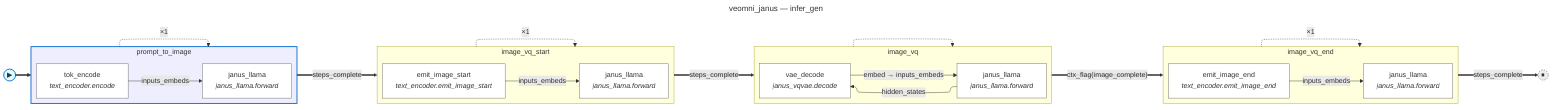
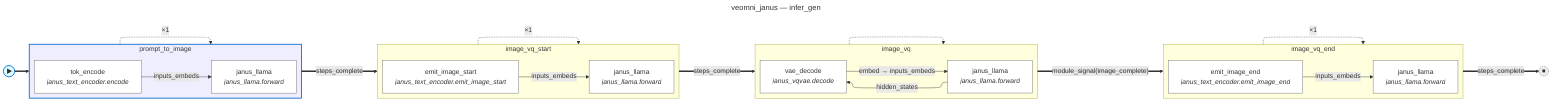
---
title: veomni_janus — infer_gen
---
%%{init: {'flowchart': {'defaultRenderer': 'elk'}}}%%
flowchart LR
    fsm_start(("▶")):::fsm_start
    fsm_done(("⏹")):::fsm_terminal
    subgraph state_prompt_to_image [prompt_to_image]
        direction LR
-         prompt_to_image__tok_encode["tok_encode<br/><i>text_encoder.encode</i>"]:::body_node
+         prompt_to_image__tok_encode["tok_encode<br/><i>janus_text_encoder.encode</i>"]:::body_node
        prompt_to_image__janus_llama["janus_llama<br/><i>janus_llama.forward</i>"]:::body_node
        prompt_to_image__tok_encode -->|"inputs_embeds"| prompt_to_image__janus_llama
    end
    subgraph state_image_vq_start [image_vq_start]
        direction LR
-         image_vq_start__emit_image_start["emit_image_start<br/><i>text_encoder.emit_image_start</i>"]:::body_node
+         image_vq_start__emit_image_start["emit_image_start<br/><i>janus_text_encoder.emit_image_start</i>"]:::body_node
        image_vq_start__janus_llama["janus_llama<br/><i>janus_llama.forward</i>"]:::body_node
        image_vq_start__emit_image_start -->|"inputs_embeds"| image_vq_start__janus_llama
    end
    subgraph state_image_vq [image_vq]
        direction LR
        image_vq__janus_llama["janus_llama<br/><i>janus_llama.forward</i>"]:::body_node
        image_vq__vae_decode["vae_decode<br/><i>janus_vqvae.decode</i>"]:::body_node
        image_vq__janus_llama -->|"hidden_states"| image_vq__vae_decode
        image_vq__vae_decode -->|"embed → inputs_embeds"| image_vq__janus_llama
    end
    subgraph state_image_vq_end [image_vq_end]
        direction LR
-         image_vq_end__emit_image_end["emit_image_end<br/><i>text_encoder.emit_image_end</i>"]:::body_node
+         image_vq_end__emit_image_end["emit_image_end<br/><i>janus_text_encoder.emit_image_end</i>"]:::body_node
        image_vq_end__janus_llama["janus_llama<br/><i>janus_llama.forward</i>"]:::body_node
        image_vq_end__emit_image_end -->|"inputs_embeds"| image_vq_end__janus_llama
    end
    state_prompt_to_image -.->|"×1"| state_prompt_to_image
    state_image_vq_start -.->|"×1"| state_image_vq_start
    state_image_vq -.-> state_image_vq
    state_image_vq_end -.->|"×1"| state_image_vq_end
    fsm_start ==> state_prompt_to_image
    state_prompt_to_image ==>|"steps_complete"| state_image_vq_start
    state_image_vq_start ==>|"steps_complete"| state_image_vq
-     state_image_vq ==>|"ctx_flag(image_complete)"| state_image_vq_end
+     state_image_vq ==>|"module_signal(image_complete)"| state_image_vq_end
    state_image_vq_end ==>|"steps_complete"| fsm_done
    classDef body_node fill:#fff,stroke:#666
    classDef fsm_start fill:#dff,stroke:#06c,stroke-width:2px
    classDef fsm_terminal fill:#eee,stroke:#333,stroke-width:1px,stroke-dasharray:3 3
    style state_prompt_to_image fill:#eef,stroke:#06c,stroke-width:2px
